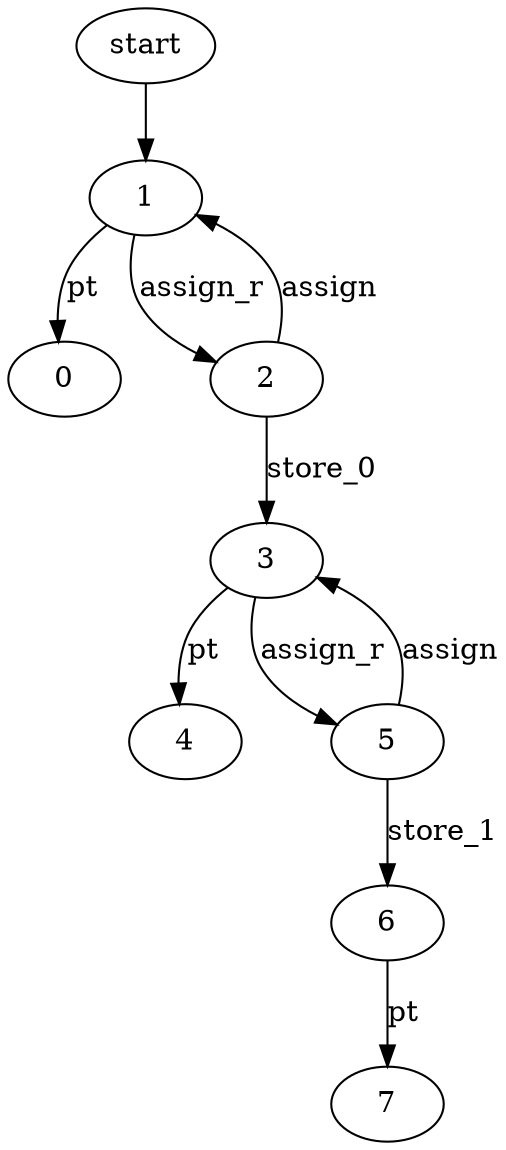
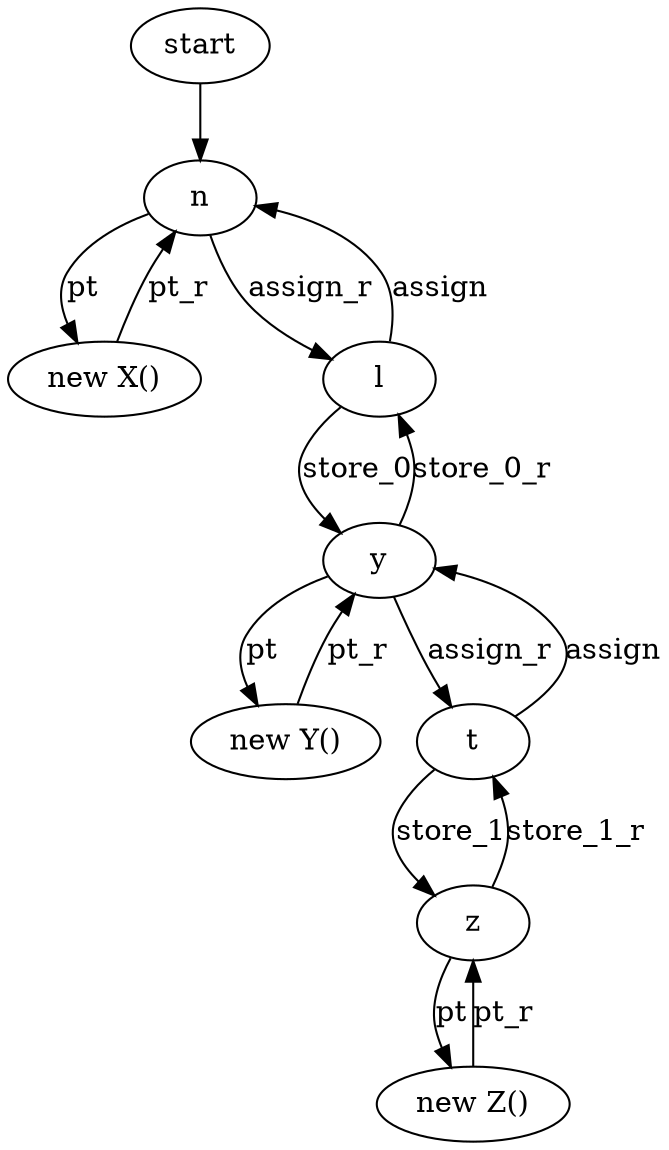
digraph {
    start -> 1;
    1 -> 0 [label = "pt"];
+     0 -> 1 [label = "pt_r"];
    2 -> 1 [label = "assign"];
    1 -> 2 [label = "assign_r"];
    2 -> 3 [label = "store_0"];
+     3 -> 2 [label = "store_0_r"];
    3 -> 4 [label = "pt"];
+     4 -> 3 [label = "pt_r"];
    5 -> 3 [label = "assign"];
    3 -> 5 [label = "assign_r"];
    5 -> 6 [label = "store_1"];
+     6 -> 5 [label = "store_1_r"];
    6 -> 7 [label = "pt"];
+     7 -> 6 [label = "pt_r"];
+ 
+     0[label = "new X()"]
+     1[label = "n"]
+     2[label = "l"]
+     3[label = "y"]
+     4[label = "new Y()"]
+     5[label = "t"]
+     6[label = "z"]
+     7[label = "new Z()"]
+ 
}
